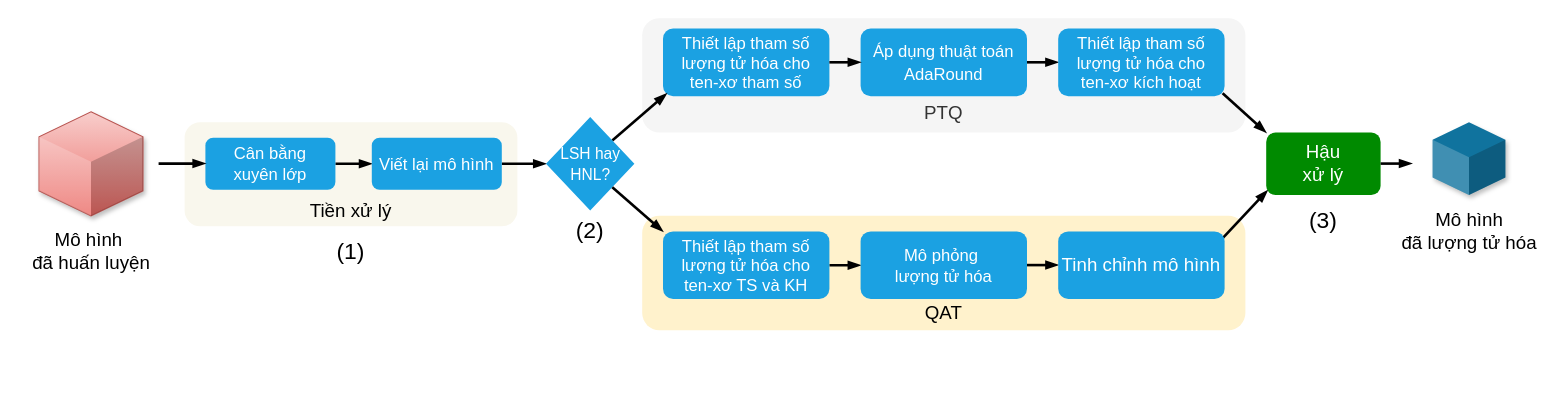
Earlier version of the draw.io diagram page "Page-2" (2 of 2) of Untitled Diagram.drawio (hoangtv2000/document-collection). Source tidied: cells renumbered, new cells numbered last; positions are measured from the earlier drawing's top-left corner, leaving out a move shared by most shapes. Both pictures are drawn from the tidied source at 104%, with x=0, y=0 at pixel (18, 18).
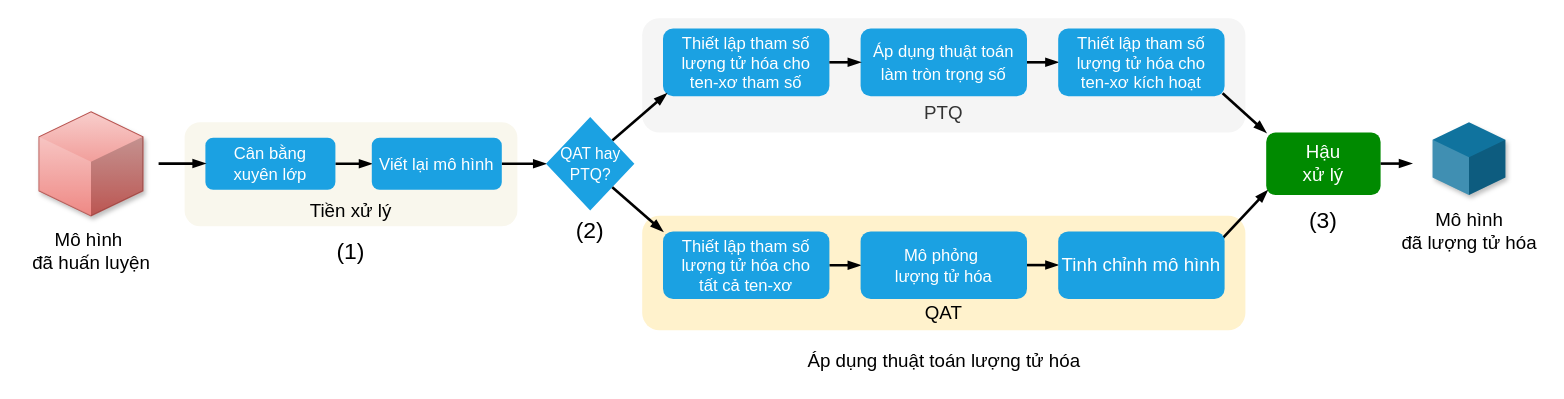
After the change.

Commit message:
Cập nhật Untitled Diagram.drawio

What changed in the source:
```diff
@@
-    <mxCell id="5" value="&lt;font style=&quot;font-size: 16px;&quot;&gt;Áp dụng thuật toán AdaRound&lt;/font&gt;" style="rounded=1;whiteSpace=wrap;html=1;fillColor=#1ba1e2;strokeColor=none;fontColor=#ffffff;shadow=0;fontSize=18;" parent="1" vertex="1">
+    <mxCell id="5" value="&lt;font style=&quot;font-size: 16px;&quot;&gt;Áp dụng thuật toán làm tròn trọng số&lt;/font&gt;" style="rounded=1;whiteSpace=wrap;html=1;fillColor=#1ba1e2;strokeColor=none;fontColor=#ffffff;shadow=0;fontSize=18;" parent="1" vertex="1">
       <mxGeometry x="810" y="10" width="160" height="65" as="geometry" />
     </mxCell>
@@
-    <mxCell id="17" value="&lt;font style=&quot;font-size: 15px;&quot;&gt;LSH hay HNL?&lt;/font&gt;" style="rhombus;whiteSpace=wrap;html=1;fillColor=#1ba1e2;strokeColor=none;fontColor=#ffffff;rounded=1;arcSize=0;shadow=0;fontSize=16;" parent="1" vertex="1">
+    <mxCell id="17" value="&lt;font style=&quot;font-size: 15px;&quot;&gt;QAT hay PTQ?&lt;/font&gt;" style="rhombus;whiteSpace=wrap;html=1;fillColor=#1ba1e2;strokeColor=none;fontColor=#ffffff;rounded=1;arcSize=0;shadow=0;fontSize=16;" parent="1" vertex="1">
       <mxGeometry x="507.5" y="95" width="85" height="90" as="geometry" />
     </mxCell>
@@
-    <mxCell id="19" value="Thiết lập tham số lượng tử hóa cho&lt;div&gt;&lt;span style=&quot;background-color: initial;&quot;&gt;ten-xơ TS và KH&lt;/span&gt;&lt;/div&gt;" style="rounded=1;whiteSpace=wrap;html=1;fillColor=#1ba1e2;strokeColor=none;fontColor=#ffffff;shadow=0;fontSize=16;" parent="1" vertex="1">
+    <mxCell id="19" value="Thiết lập tham số lượng tử hóa cho&lt;div&gt;&lt;span style=&quot;background-color: initial;&quot;&gt;tất cả ten-xơ&lt;/span&gt;&lt;/div&gt;" style="rounded=1;whiteSpace=wrap;html=1;fillColor=#1ba1e2;strokeColor=none;fontColor=#ffffff;shadow=0;fontSize=16;" parent="1" vertex="1">
       <mxGeometry x="620" y="205" width="160" height="65" as="geometry" />
     </mxCell>
@@
+    <mxCell id="34" value="&lt;font style=&quot;font-size: 18px;&quot;&gt;Áp dụng thuật toán lượng tử hóa&lt;/font&gt;" style="text;html=1;align=center;verticalAlign=middle;strokeColor=none;fillColor=none;" parent="1" vertex="1">
+      <mxGeometry x="745" y="310" width="290" height="40" as="geometry" />
+    </mxCell>
```
